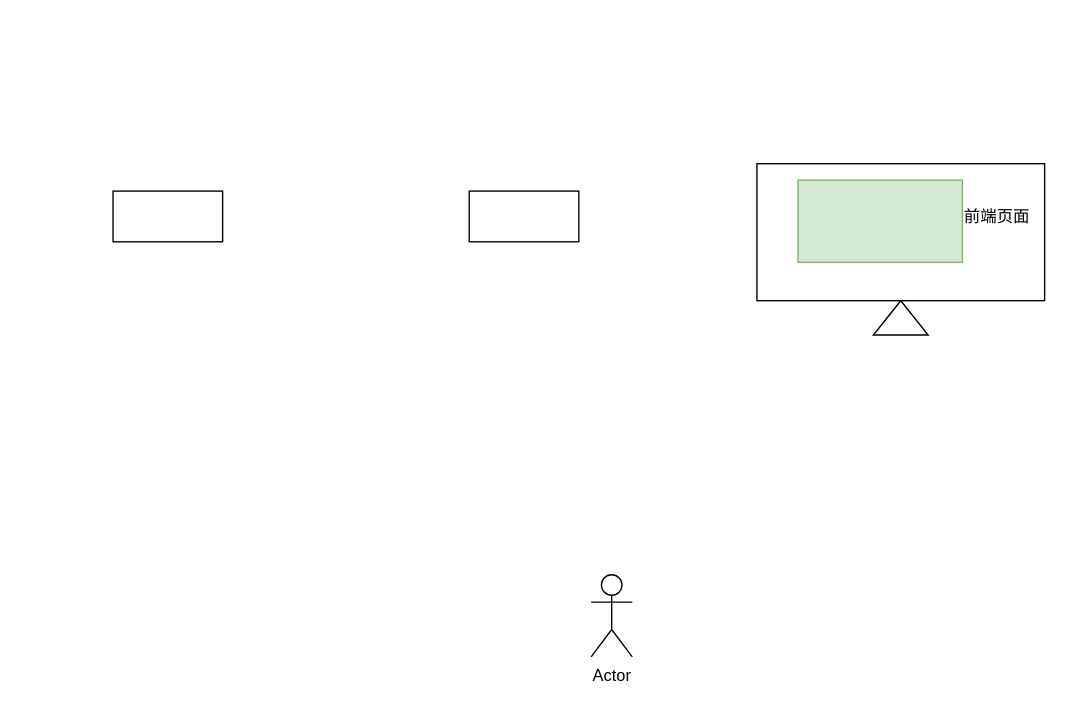
Before: 后端.drawio in callmeliuchu/AlgebraSolution, a draw.io diagram. Source tidied: cells renumbered, new cells numbered last; positions are measured from the earlier drawing's top-left corner, leaving out a move shared by most shapes. Both pictures are drawn from the tidied source at 137%, with x=0, y=0 at pixel (112, 163).
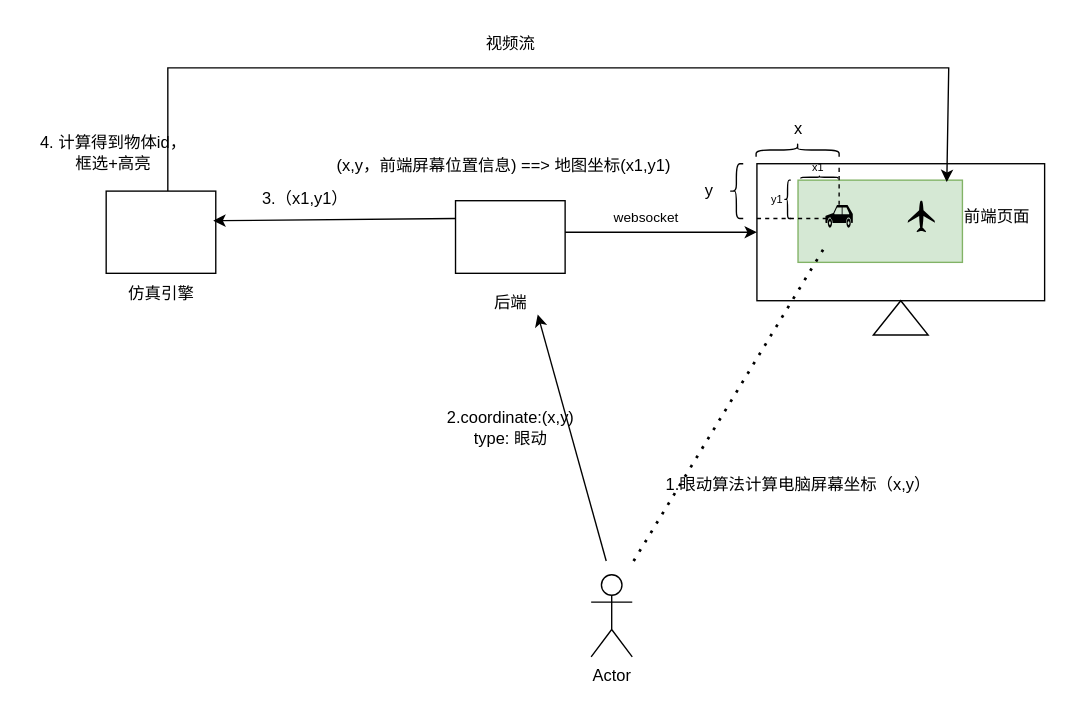
Above is the later version.

Unchanged cells that the change refers to:
```xml
<mxCell id="2" style="rounded=0;whiteSpace=wrap;html=1;" parent="1" vertex="1">
  <mxGeometry x="470" width="210" height="100" as="geometry" />
</mxCell>
<mxCell id="4" style="rounded=0;whiteSpace=wrap;html=1;fillColor=#d5e8d4;strokeColor=#82b366;" parent="1" vertex="1">
  <mxGeometry x="500" y="12" width="120" height="60" as="geometry" />
</mxCell>
```

Diff of the diagram source:
```diff
@@
     <mxCell id="7" style="rounded=0;whiteSpace=wrap;html=1;" parent="1" vertex="1">
-      <mxGeometry x="260" y="20" width="80" height="37" as="geometry" />
+      <mxGeometry x="250" y="27" width="80" height="53" as="geometry" />
     </mxCell>
     <mxCell id="8" style="rounded=0;whiteSpace=wrap;html=1;" parent="1" vertex="1">
-      <mxGeometry y="20" width="80" height="37" as="geometry" />
+      <mxGeometry x="-5" y="20" width="80" height="60" as="geometry" />
     </mxCell>
+    <mxCell id="9" style="shape=mxgraph.signs.transportation.car_3;html=1;fillColor=#000000;strokeColor=none;verticalLabelPosition=bottom;verticalAlign=top;align=center;" parent="1" vertex="1">
+      <mxGeometry x="520" y="30.2" width="20" height="16.5" as="geometry" />
+    </mxCell>
+    <mxCell id="10" style="shape=mxgraph.signs.transportation.airplane_5;html=1;fillColor=#000000;strokeColor=none;verticalLabelPosition=bottom;verticalAlign=top;align=center;" parent="1" vertex="1">
+      <mxGeometry x="580" y="27" width="20" height="23" as="geometry" />
+    </mxCell>
+    <mxCell id="11" value="仿真引擎" style="text;html=1;align=center;verticalAlign=middle;strokeColor=none;fillColor=none;" parent="1" vertex="1">
+      <mxGeometry y="80" width="70" height="30" as="geometry" />
+    </mxCell>
+    <mxCell id="12" style="endArrow=classic;html=1;rounded=0;entryX=0.905;entryY=0.024;entryDx=0;entryDy=0;entryPerimeter=0;" parent="1" edge="1" target="4">
+      <mxGeometry relative="1" as="geometry">
+        <mxPoint x="40" y="20" as="sourcePoint" />
+        <Array as="points">
+          <mxPoint x="40" y="-70" />
+          <mxPoint x="610" y="-70" />
+        </Array>
+      </mxGeometry>
+    </mxCell>
+    <mxCell id="13" value="视频流" style="text;html=1;align=center;verticalAlign=middle;strokeColor=none;fillColor=none;" parent="1" vertex="1">
+      <mxGeometry x="260" y="-102" width="60" height="30" as="geometry" />
+    </mxCell>
+    <mxCell id="14" value="后端" style="text;html=1;align=center;verticalAlign=middle;strokeColor=none;fillColor=none;" parent="1" vertex="1">
+      <mxGeometry x="265" y="87" width="50" height="30" as="geometry" />
+    </mxCell>
+    <mxCell id="15" style="endArrow=classic;html=1;rounded=0;entryX=0.977;entryY=0.36;entryDx=0;entryDy=0;entryPerimeter=0;" parent="1" edge="1" target="8">
+      <mxGeometry relative="1" as="geometry">
+        <mxPoint x="250" y="40" as="sourcePoint" />
+      </mxGeometry>
+    </mxCell>
+    <mxCell id="16" style="endArrow=none;html=1;rounded=0;dashed=1;" parent="1" edge="1">
+      <mxGeometry relative="1" as="geometry">
+        <mxPoint x="530" y="30" as="sourcePoint" />
+        <mxPoint x="530" as="targetPoint" />
+      </mxGeometry>
+    </mxCell>
+    <mxCell id="17" style="endArrow=none;html=1;rounded=0;dashed=1;" parent="1" edge="1">
+      <mxGeometry relative="1" as="geometry">
+        <mxPoint x="470" y="40" as="sourcePoint" />
+        <mxPoint x="530" y="40" as="targetPoint" />
+      </mxGeometry>
+    </mxCell>
+    <mxCell id="18" style="shape=curlyBracket;whiteSpace=wrap;html=1;rounded=1;flipH=1;labelPosition=right;verticalLabelPosition=middle;align=left;verticalAlign=middle;rotation=-90;" parent="1" vertex="1">
+      <mxGeometry x="494.7" y="-40.3" width="10" height="60.6" as="geometry" />
+    </mxCell>
+    <mxCell id="19" value="x" style="text;html=1;align=center;verticalAlign=middle;strokeColor=none;fillColor=none;" parent="1" vertex="1">
+      <mxGeometry x="484.7" y="-40.3" width="30" height="30" as="geometry" />
+    </mxCell>
+    <mxCell id="20" style="shape=curlyBracket;whiteSpace=wrap;html=1;rounded=1;labelPosition=left;verticalLabelPosition=middle;align=right;verticalAlign=middle;" parent="1" vertex="1">
+      <mxGeometry x="450" width="10" height="40" as="geometry" />
+    </mxCell>
+    <mxCell id="21" value="y" style="text;html=1;align=center;verticalAlign=middle;strokeColor=none;fillColor=none;" parent="1" vertex="1">
+      <mxGeometry x="420" y="5" width="30" height="30" as="geometry" />
+    </mxCell>
+    <mxCell id="22" style="shape=curlyBracket;whiteSpace=wrap;html=1;rounded=1;flipH=1;labelPosition=right;verticalLabelPosition=middle;align=left;verticalAlign=middle;rotation=-90;size=0.46900000000000547;" parent="1" vertex="1">
+      <mxGeometry x="514.7" y="-3.6" width="1.8" height="27.1" as="geometry" />
+    </mxCell>
+    <mxCell id="23" style="shape=curlyBracket;whiteSpace=wrap;html=1;rounded=1;labelPosition=left;verticalLabelPosition=middle;align=right;verticalAlign=middle;" parent="1" vertex="1">
+      <mxGeometry x="490" y="12" width="4.7" height="28" as="geometry" />
+    </mxCell>
+    <mxCell id="24" value="&lt;font style=&quot;font-size: 8px;&quot;&gt;x1&lt;/font&gt;" style="text;html=1;strokeColor=none;fillColor=none;align=center;verticalAlign=middle;whiteSpace=wrap;rounded=0;" parent="1" vertex="1">
+      <mxGeometry x="500" y="-3.6" width="30" height="10.3" as="geometry" />
+    </mxCell>
+    <mxCell id="25" value="&lt;font style=&quot;font-size: 8px;&quot;&gt;y1&lt;/font&gt;" style="text;html=1;strokeColor=none;fillColor=none;align=center;verticalAlign=middle;whiteSpace=wrap;rounded=0;" parent="1" vertex="1">
+      <mxGeometry x="454.7" y="10" width="60" height="30" as="geometry" />
+    </mxCell>
+    <mxCell id="26" style="endArrow=none;dashed=1;html=1;dashPattern=1 3;strokeWidth=2;rounded=0;" parent="1" edge="1">
+      <mxGeometry relative="1" as="geometry">
+        <mxPoint x="380" y="290" as="sourcePoint" />
+        <mxPoint x="520" y="60" as="targetPoint" />
+      </mxGeometry>
+    </mxCell>
+    <mxCell id="27" value="1.眼动算法计算电脑屏幕坐标（x,y）" style="text;html=1;align=center;verticalAlign=middle;strokeColor=none;fillColor=none;" parent="1" vertex="1">
+      <mxGeometry x="389.7" y="220" width="220" height="30" as="geometry" />
+    </mxCell>
+    <mxCell id="28" style="endArrow=classic;html=1;rounded=0;" parent="1" edge="1">
+      <mxGeometry relative="1" as="geometry">
+        <mxPoint x="360" y="290" as="sourcePoint" />
+        <mxPoint x="310" y="110" as="targetPoint" />
+      </mxGeometry>
+    </mxCell>
+    <mxCell id="29" value="2.coordinate:(x,y)&lt;br&gt;type: 眼动" style="text;html=1;align=center;verticalAlign=middle;strokeColor=none;fillColor=none;" parent="1" vertex="1">
+      <mxGeometry x="230" y="173" width="120" height="40" as="geometry" />
+    </mxCell>
+    <mxCell id="30" style="endArrow=classic;html=1;rounded=0;" parent="1" edge="1" target="2">
+      <mxGeometry relative="1" as="geometry">
+        <mxPoint x="330" y="50" as="sourcePoint" />
+      </mxGeometry>
+    </mxCell>
+    <mxCell id="31" value="&lt;font style=&quot;font-size: 10px;&quot;&gt;websocket&lt;/font&gt;" style="text;html=1;align=center;verticalAlign=middle;strokeColor=none;fillColor=none;" parent="1" vertex="1">
+      <mxGeometry x="354" y="23.5" width="70" height="30" as="geometry" />
+    </mxCell>
+    <mxCell id="32" value="(x,y，前端屏幕位置信息) ==&amp;gt; 地图坐标(x1,y1)" style="text;html=1;align=center;verticalAlign=middle;strokeColor=none;fillColor=none;" parent="1" vertex="1">
+      <mxGeometry x="150" y="-13.5" width="270" height="30" as="geometry" />
+    </mxCell>
+    <mxCell id="33" value="3.（x1,y1）" style="text;html=1;align=center;verticalAlign=middle;strokeColor=none;fillColor=none;" parent="1" vertex="1">
+      <mxGeometry x="95" y="11" width="90" height="30" as="geometry" />
+    </mxCell>
+    <mxCell id="34" value="4. 计算得到物体id，&lt;br&gt;框选+高亮" style="text;html=1;align=center;verticalAlign=middle;strokeColor=none;fillColor=none;" parent="1" vertex="1">
+      <mxGeometry x="-65" y="-28" width="130" height="40" as="geometry" />
+    </mxCell>
```
